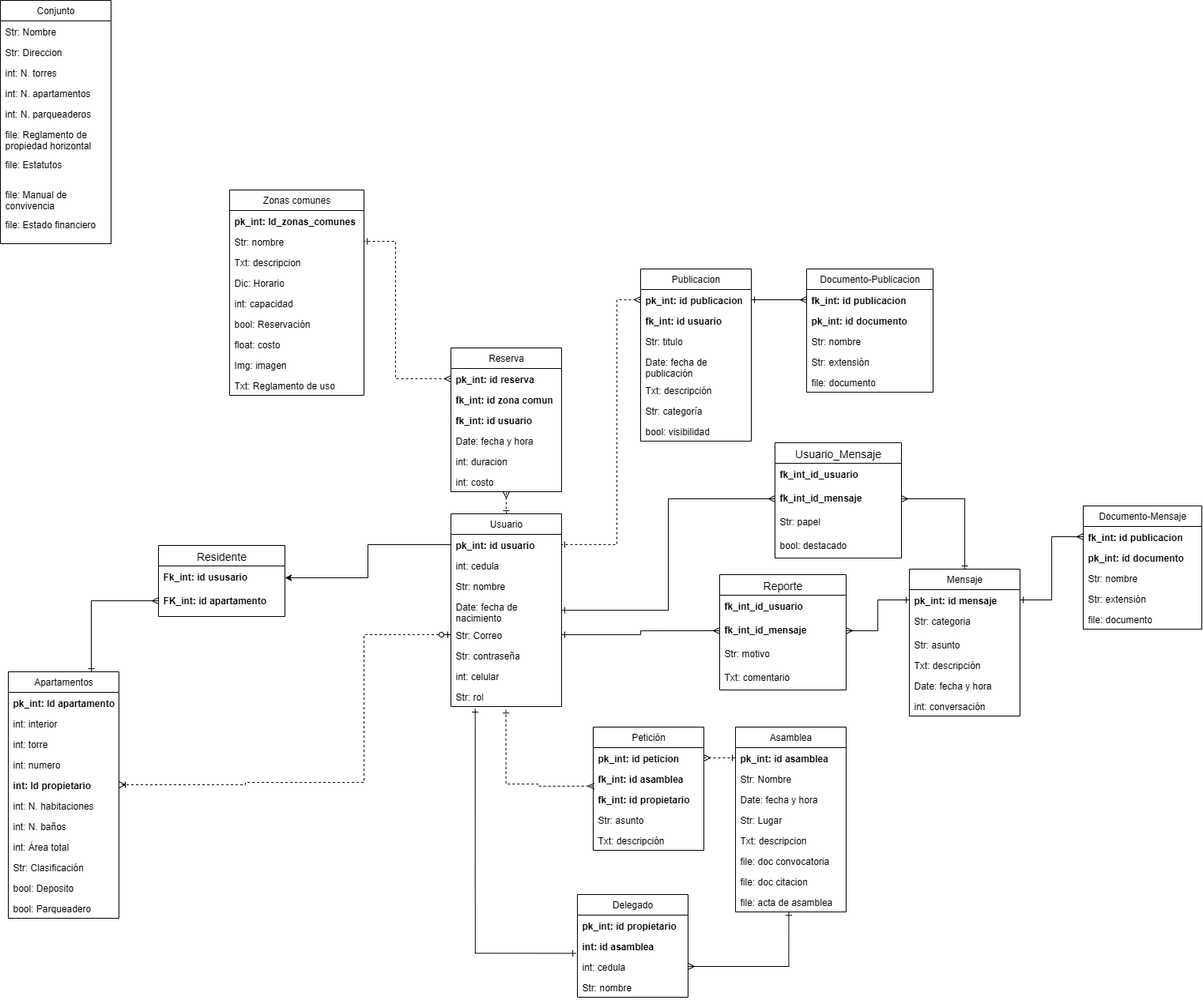
Juanjo3465/Ingesof-1 keeps this draw.io diagram as Documentacion/Diagramas/proyecto_bd.png. Above is the earlier version. Source tidied: cells renumbered, new cells last; positions are measured from the earlier drawing's top-left corner, leaving out a move shared by most shapes.
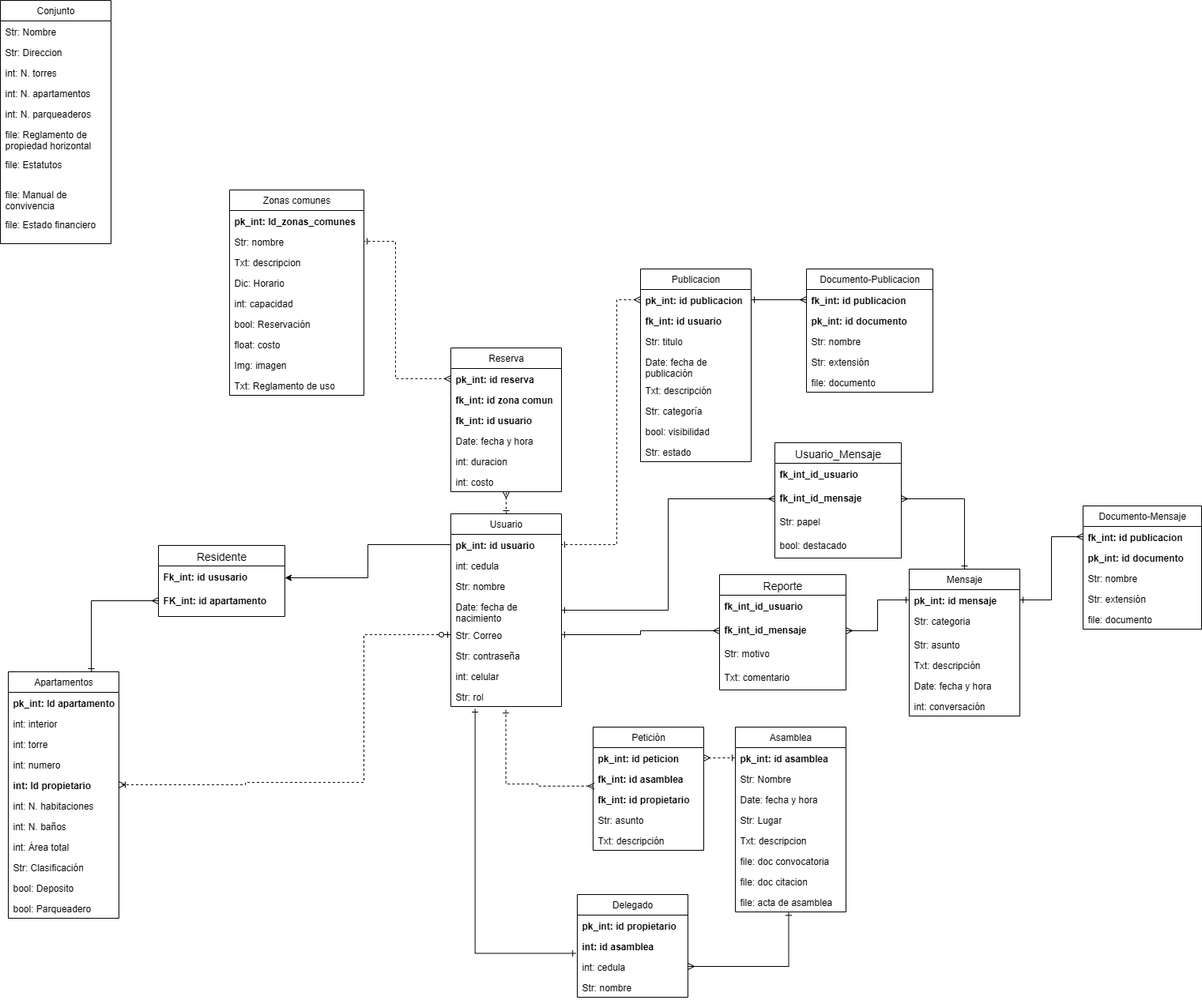
The same diagram one commit later.

Change to the diagram source:
```diff
@@ -99,7 +99,7 @@
       <mxGeometry y="234" width="170" height="26" as="geometry" />
     </mxCell>
     <mxCell id="34" value="Publicacion" style="swimlane;fontStyle=0;horizontal=1;startSize=26;fillColor=none;whiteSpace=wrap;html=1;" parent="1" vertex="1">
-      <mxGeometry x="810" y="340" width="140" height="218" as="geometry" />
+      <mxGeometry x="810" y="340" width="140" height="244" as="geometry" />
     </mxCell>
     <mxCell id="35" value="&lt;b&gt;pk_int: id publicacion&lt;/b&gt;" style="text;strokeColor=none;fillColor=none;align=left;verticalAlign=top;spacingLeft=4;spacingRight=4;overflow=hidden;points=[[0,0.5],[1,0.5]];portConstraint=eastwest;whiteSpace=wrap;html=1;" parent="34" vertex="1">
       <mxGeometry y="26" width="140" height="26" as="geometry" />
@@ -122,6 +122,9 @@
     <mxCell id="41" value="bool: visibilidad" style="text;strokeColor=none;fillColor=none;align=left;verticalAlign=top;spacingLeft=4;spacingRight=4;overflow=hidden;whiteSpace=wrap;html=1;" parent="34" vertex="1">
       <mxGeometry y="192" width="140" height="26" as="geometry" />
     </mxCell>
+    <mxCell id="126" value="Str: estado" style="text;strokeColor=none;fillColor=none;align=left;verticalAlign=top;spacingLeft=4;spacingRight=4;overflow=hidden;whiteSpace=wrap;html=1;" parent="34" vertex="1">
+      <mxGeometry y="218" width="140" height="26" as="geometry" />
+    </mxCell>
     <mxCell id="42" value="Mensaje" style="swimlane;fontStyle=0;horizontal=1;startSize=26;fillColor=none;whiteSpace=wrap;html=1;" parent="1" vertex="1">
       <mxGeometry x="1150" y="720" width="140" height="186" as="geometry" />
     </mxCell>
```
